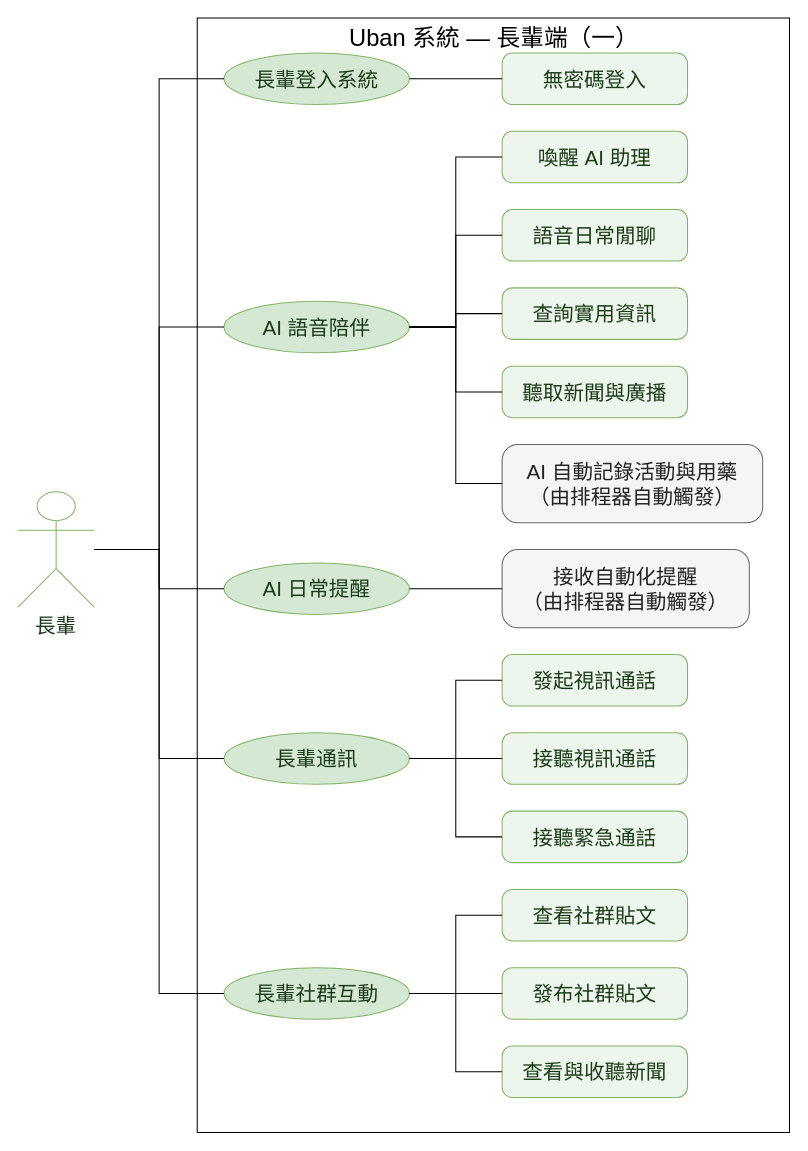
The draw.io diagram Uban System Documents/drawio圖/D522-使用個案-長輩一.drawio in HuangYu-Kai/Uban, before the edit. Source tidied: cells renumbered, new cells numbered last; positions are measured from the earlier drawing's top-left corner, leaving out a move shared by most shapes. Both pictures are drawn from the tidied source at 103%, with x=0, y=0 at pixel (18, 18).
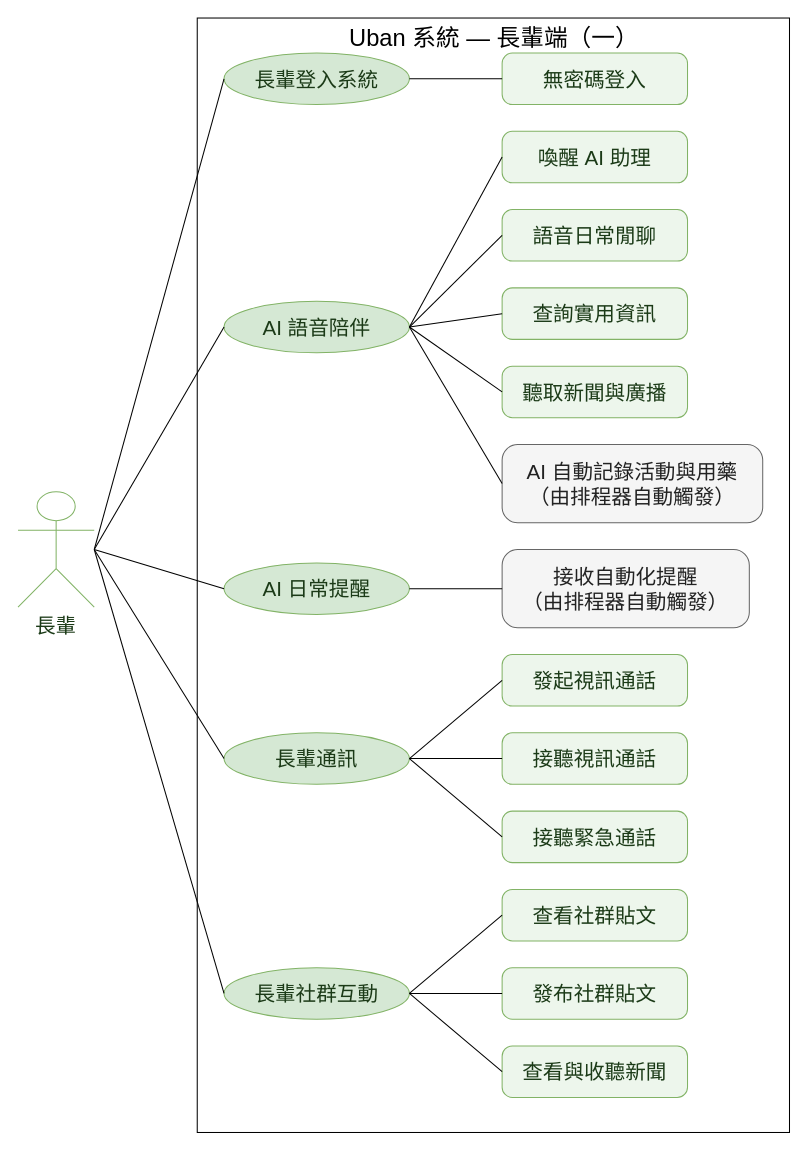
The same diagram, later.

The change refers to these unchanged cells:
```xml
<mxCell id="3" value="長輩" style="shape=umlActor;verticalLabelPosition=bottom;verticalAlign=top;html=1;fontSize=20;fillColor=#D5E8D4;strokeColor=#82B366;fontColor=#1B3A17;whiteSpace=wrap;fillColor=none;" parent="1" vertex="1">
  <mxGeometry y="460" width="74" height="112" as="geometry" />
</mxCell>
<mxCell id="4" value="長輩登入系統" style="ellipse;html=1;fontSize=20;fillColor=#D5E8D4;strokeColor=#82B366;fontColor=#1B3A17;whiteSpace=wrap;" parent="1" vertex="1">
  <mxGeometry x="200" y="34" width="180" height="50" as="geometry" />
</mxCell>
<mxCell id="5" value="無密碼登入" style="rounded=1;arcSize=20;html=1;fontSize=20;fillColor=#EDF6EC;strokeColor=#82B366;fontColor=#1B3A17;whiteSpace=wrap;" parent="1" vertex="1">
  <mxGeometry x="470" y="34" width="180" height="50" as="geometry" />
</mxCell>
<mxCell id="6" value="AI 語音陪伴" style="ellipse;html=1;fontSize=20;fillColor=#D5E8D4;strokeColor=#82B366;fontColor=#1B3A17;whiteSpace=wrap;" parent="1" vertex="1">
  <mxGeometry x="200" y="275" width="180" height="50" as="geometry" />
</mxCell>
<mxCell id="7" value="喚醒 AI 助理" style="rounded=1;arcSize=20;html=1;fontSize=20;fillColor=#EDF6EC;strokeColor=#82B366;fontColor=#1B3A17;whiteSpace=wrap;" parent="1" vertex="1">
  <mxGeometry x="470" y="110" width="180" height="50" as="geometry" />
</mxCell>
<mxCell id="8" value="語音日常閒聊" style="rounded=1;arcSize=20;html=1;fontSize=20;fillColor=#EDF6EC;strokeColor=#82B366;fontColor=#1B3A17;whiteSpace=wrap;" parent="1" vertex="1">
  <mxGeometry x="470" y="186" width="180" height="50" as="geometry" />
</mxCell>
<mxCell id="9" value="查詢實用資訊" style="rounded=1;arcSize=20;html=1;fontSize=20;fillColor=#EDF6EC;strokeColor=#82B366;fontColor=#1B3A17;whiteSpace=wrap;" parent="1" vertex="1">
  <mxGeometry x="470" y="262" width="180" height="50" as="geometry" />
</mxCell>
<mxCell id="10" value="聽取新聞與廣播" style="rounded=1;arcSize=20;html=1;fontSize=20;fillColor=#EDF6EC;strokeColor=#82B366;fontColor=#1B3A17;whiteSpace=wrap;" parent="1" vertex="1">
  <mxGeometry x="470" y="338" width="180" height="50" as="geometry" />
</mxCell>
<mxCell id="11" value="AI 自動記錄活動與用藥&lt;br&gt;（由排程器自動觸發）" style="rounded=1;arcSize=20;html=1;fontSize=20;fillColor=#F5F5F5;strokeColor=#666666;fontColor=#222222;whiteSpace=wrap;" parent="1" vertex="1">
  <mxGeometry x="470" y="414" width="253" height="76" as="geometry" />
</mxCell>
<mxCell id="12" value="AI 日常提醒" style="ellipse;html=1;fontSize=20;fillColor=#D5E8D4;strokeColor=#82B366;fontColor=#1B3A17;whiteSpace=wrap;" parent="1" vertex="1">
  <mxGeometry x="200" y="529" width="180" height="50" as="geometry" />
</mxCell>
<mxCell id="13" value="接收自動化提醒&lt;br&gt;（由排程器自動觸發）" style="rounded=1;arcSize=20;html=1;fontSize=20;fillColor=#F5F5F5;strokeColor=#666666;fontColor=#222222;whiteSpace=wrap;" parent="1" vertex="1">
  <mxGeometry x="470" y="516" width="240" height="76" as="geometry" />
</mxCell>
<mxCell id="14" value="長輩通訊" style="ellipse;html=1;fontSize=20;fillColor=#D5E8D4;strokeColor=#82B366;fontColor=#1B3A17;whiteSpace=wrap;" parent="1" vertex="1">
  <mxGeometry x="200" y="694" width="180" height="50" as="geometry" />
</mxCell>
<mxCell id="15" value="發起視訊通話" style="rounded=1;arcSize=20;html=1;fontSize=20;fillColor=#EDF6EC;strokeColor=#82B366;fontColor=#1B3A17;whiteSpace=wrap;" parent="1" vertex="1">
  <mxGeometry x="470" y="618" width="180" height="50" as="geometry" />
</mxCell>
<mxCell id="16" value="接聽視訊通話" style="rounded=1;arcSize=20;html=1;fontSize=20;fillColor=#EDF6EC;strokeColor=#82B366;fontColor=#1B3A17;whiteSpace=wrap;" parent="1" vertex="1">
  <mxGeometry x="470" y="694" width="180" height="50" as="geometry" />
</mxCell>
<mxCell id="17" value="接聽緊急通話" style="rounded=1;arcSize=20;html=1;fontSize=20;fillColor=#EDF6EC;strokeColor=#82B366;fontColor=#1B3A17;whiteSpace=wrap;" parent="1" vertex="1">
  <mxGeometry x="470" y="770" width="180" height="50" as="geometry" />
</mxCell>
<mxCell id="18" value="長輩社群互動" style="ellipse;html=1;fontSize=20;fillColor=#D5E8D4;strokeColor=#82B366;fontColor=#1B3A17;whiteSpace=wrap;" parent="1" vertex="1">
  <mxGeometry x="200" y="922" width="180" height="50" as="geometry" />
</mxCell>
<mxCell id="19" value="查看社群貼文" style="rounded=1;arcSize=20;html=1;fontSize=20;fillColor=#EDF6EC;strokeColor=#82B366;fontColor=#1B3A17;whiteSpace=wrap;" parent="1" vertex="1">
  <mxGeometry x="470" y="846" width="180" height="50" as="geometry" />
</mxCell>
<mxCell id="20" value="發布社群貼文" style="rounded=1;arcSize=20;html=1;fontSize=20;fillColor=#EDF6EC;strokeColor=#82B366;fontColor=#1B3A17;whiteSpace=wrap;" parent="1" vertex="1">
  <mxGeometry x="470" y="922" width="180" height="50" as="geometry" />
</mxCell>
<mxCell id="21" value="查看與收聽新聞" style="rounded=1;arcSize=20;html=1;fontSize=20;fillColor=#EDF6EC;strokeColor=#82B366;fontColor=#1B3A17;whiteSpace=wrap;" parent="1" vertex="1">
  <mxGeometry x="470" y="998" width="180" height="50" as="geometry" />
</mxCell>
```

Diff of the diagram source:
```diff
@@
-    <mxCell id="22" style="edgeStyle=orthogonalEdgeStyle;rounded=0;html=1;endArrow=none;strokeColor=#000000;exitX=1;exitY=0.5;entryX=0;entryY=0.5;exitPerimeter=0;entryPerimeter=0;" parent="1" edge="1" source="3" target="4">
+    <mxCell id="22" style="edgeStyle=none;rounded=0;html=1;endArrow=none;strokeColor=#000000;exitX=1;exitY=0.5;entryX=0;entryY=0.5;exitPerimeter=0;entryPerimeter=0;" parent="1" edge="1" source="3" target="4">
       <mxGeometry relative="1" as="geometry" />
     </mxCell>
-    <mxCell id="23" style="edgeStyle=orthogonalEdgeStyle;rounded=0;html=1;endArrow=none;strokeColor=#000000;exitX=1;exitY=0.5;entryX=0;entryY=0.5;exitPerimeter=0;entryPerimeter=0;" parent="1" edge="1" source="4" target="5">
+    <mxCell id="23" style="edgeStyle=none;rounded=0;html=1;endArrow=none;strokeColor=#000000;exitX=1;exitY=0.5;entryX=0;entryY=0.5;exitPerimeter=0;entryPerimeter=0;" parent="1" edge="1" source="4" target="5">
       <mxGeometry relative="1" as="geometry" />
     </mxCell>
-    <mxCell id="24" style="edgeStyle=orthogonalEdgeStyle;rounded=0;html=1;endArrow=none;strokeColor=#000000;exitX=1;exitY=0.5;entryX=0;entryY=0.5;exitPerimeter=0;entryPerimeter=0;" parent="1" edge="1" source="3" target="6">
+    <mxCell id="24" style="edgeStyle=none;rounded=0;html=1;endArrow=none;strokeColor=#000000;exitX=1;exitY=0.5;entryX=0;entryY=0.5;exitPerimeter=0;entryPerimeter=0;" parent="1" edge="1" source="3" target="6">
       <mxGeometry relative="1" as="geometry" />
     </mxCell>
-    <mxCell id="25" style="edgeStyle=orthogonalEdgeStyle;rounded=0;html=1;endArrow=none;strokeColor=#000000;exitX=1;exitY=0.5;entryX=0;entryY=0.5;exitPerimeter=0;entryPerimeter=0;" parent="1" edge="1" source="6" target="7">
+    <mxCell id="25" style="edgeStyle=none;rounded=0;html=1;endArrow=none;strokeColor=#000000;exitX=1;exitY=0.5;entryX=0;entryY=0.5;exitPerimeter=0;entryPerimeter=0;" parent="1" edge="1" source="6" target="7">
       <mxGeometry relative="1" as="geometry" />
     </mxCell>
-    <mxCell id="26" style="edgeStyle=orthogonalEdgeStyle;rounded=0;html=1;endArrow=none;strokeColor=#000000;exitX=1;exitY=0.5;entryX=0;entryY=0.5;exitPerimeter=0;entryPerimeter=0;" parent="1" edge="1" source="6" target="8">
+    <mxCell id="26" style="edgeStyle=none;rounded=0;html=1;endArrow=none;strokeColor=#000000;exitX=1;exitY=0.5;entryX=0;entryY=0.5;exitPerimeter=0;entryPerimeter=0;" parent="1" edge="1" source="6" target="8">
       <mxGeometry relative="1" as="geometry" />
     </mxCell>
-    <mxCell id="27" style="edgeStyle=orthogonalEdgeStyle;rounded=0;html=1;endArrow=none;strokeColor=#000000;exitX=1;exitY=0.5;entryX=0;entryY=0.5;exitPerimeter=0;entryPerimeter=0;" parent="1" edge="1" source="6" target="9">
+    <mxCell id="27" style="edgeStyle=none;rounded=0;html=1;endArrow=none;strokeColor=#000000;exitX=1;exitY=0.5;entryX=0;entryY=0.5;exitPerimeter=0;entryPerimeter=0;" parent="1" edge="1" source="6" target="9">
       <mxGeometry relative="1" as="geometry" />
     </mxCell>
-    <mxCell id="28" style="edgeStyle=orthogonalEdgeStyle;rounded=0;html=1;endArrow=none;strokeColor=#000000;exitX=1;exitY=0.5;entryX=0;entryY=0.5;exitPerimeter=0;entryPerimeter=0;" parent="1" edge="1" source="6" target="10">
+    <mxCell id="28" style="edgeStyle=none;rounded=0;html=1;endArrow=none;strokeColor=#000000;exitX=1;exitY=0.5;entryX=0;entryY=0.5;exitPerimeter=0;entryPerimeter=0;" parent="1" edge="1" source="6" target="10">
       <mxGeometry relative="1" as="geometry" />
     </mxCell>
-    <mxCell id="29" style="edgeStyle=orthogonalEdgeStyle;rounded=0;html=1;endArrow=none;strokeColor=#000000;exitX=1;exitY=0.5;entryX=0;entryY=0.5;exitPerimeter=0;entryPerimeter=0;" parent="1" edge="1" source="6" target="11">
+    <mxCell id="29" style="edgeStyle=none;rounded=0;html=1;endArrow=none;strokeColor=#000000;exitX=1;exitY=0.5;entryX=0;entryY=0.5;exitPerimeter=0;entryPerimeter=0;" parent="1" edge="1" source="6" target="11">
       <mxGeometry relative="1" as="geometry" />
     </mxCell>
-    <mxCell id="30" style="edgeStyle=orthogonalEdgeStyle;rounded=0;html=1;endArrow=none;strokeColor=#000000;exitX=1;exitY=0.5;entryX=0;entryY=0.5;exitPerimeter=0;entryPerimeter=0;" parent="1" edge="1" source="3" target="12">
+    <mxCell id="30" style="edgeStyle=none;rounded=0;html=1;endArrow=none;strokeColor=#000000;exitX=1;exitY=0.5;entryX=0;entryY=0.5;exitPerimeter=0;entryPerimeter=0;" parent="1" edge="1" source="3" target="12">
       <mxGeometry relative="1" as="geometry" />
     </mxCell>
-    <mxCell id="31" style="edgeStyle=orthogonalEdgeStyle;rounded=0;html=1;endArrow=none;strokeColor=#000000;exitX=1;exitY=0.5;entryX=0;entryY=0.5;exitPerimeter=0;entryPerimeter=0;" parent="1" edge="1" source="12" target="13">
+    <mxCell id="31" style="edgeStyle=none;rounded=0;html=1;endArrow=none;strokeColor=#000000;exitX=1;exitY=0.5;entryX=0;entryY=0.5;exitPerimeter=0;entryPerimeter=0;" parent="1" edge="1" source="12" target="13">
       <mxGeometry relative="1" as="geometry" />
     </mxCell>
-    <mxCell id="32" style="edgeStyle=orthogonalEdgeStyle;rounded=0;html=1;endArrow=none;strokeColor=#000000;exitX=1;exitY=0.5;entryX=0;entryY=0.5;exitPerimeter=0;entryPerimeter=0;" parent="1" edge="1" source="3" target="14">
+    <mxCell id="32" style="edgeStyle=none;rounded=0;html=1;endArrow=none;strokeColor=#000000;exitX=1;exitY=0.5;entryX=0;entryY=0.5;exitPerimeter=0;entryPerimeter=0;" parent="1" edge="1" source="3" target="14">
       <mxGeometry relative="1" as="geometry" />
     </mxCell>
-    <mxCell id="33" style="edgeStyle=orthogonalEdgeStyle;rounded=0;html=1;endArrow=none;strokeColor=#000000;exitX=1;exitY=0.5;entryX=0;entryY=0.5;exitPerimeter=0;entryPerimeter=0;" parent="1" edge="1" source="14" target="15">
+    <mxCell id="33" style="edgeStyle=none;rounded=0;html=1;endArrow=none;strokeColor=#000000;exitX=1;exitY=0.5;entryX=0;entryY=0.5;exitPerimeter=0;entryPerimeter=0;" parent="1" edge="1" source="14" target="15">
       <mxGeometry relative="1" as="geometry" />
     </mxCell>
-    <mxCell id="34" style="edgeStyle=orthogonalEdgeStyle;rounded=0;html=1;endArrow=none;strokeColor=#000000;exitX=1;exitY=0.5;entryX=0;entryY=0.5;exitPerimeter=0;entryPerimeter=0;" parent="1" edge="1" source="14" target="16">
+    <mxCell id="34" style="edgeStyle=none;rounded=0;html=1;endArrow=none;strokeColor=#000000;exitX=1;exitY=0.5;entryX=0;entryY=0.5;exitPerimeter=0;entryPerimeter=0;" parent="1" edge="1" source="14" target="16">
       <mxGeometry relative="1" as="geometry" />
     </mxCell>
-    <mxCell id="35" style="edgeStyle=orthogonalEdgeStyle;rounded=0;html=1;endArrow=none;strokeColor=#000000;exitX=1;exitY=0.5;entryX=0;entryY=0.5;exitPerimeter=0;entryPerimeter=0;" parent="1" edge="1" source="14" target="17">
+    <mxCell id="35" style="edgeStyle=none;rounded=0;html=1;endArrow=none;strokeColor=#000000;exitX=1;exitY=0.5;entryX=0;entryY=0.5;exitPerimeter=0;entryPerimeter=0;" parent="1" edge="1" source="14" target="17">
       <mxGeometry relative="1" as="geometry" />
     </mxCell>
-    <mxCell id="36" style="edgeStyle=orthogonalEdgeStyle;rounded=0;html=1;endArrow=none;strokeColor=#000000;exitX=1;exitY=0.5;entryX=0;entryY=0.5;exitPerimeter=0;entryPerimeter=0;" parent="1" edge="1" source="3" target="18">
+    <mxCell id="36" style="edgeStyle=none;rounded=0;html=1;endArrow=none;strokeColor=#000000;exitX=1;exitY=0.5;entryX=0;entryY=0.5;exitPerimeter=0;entryPerimeter=0;" parent="1" edge="1" source="3" target="18">
       <mxGeometry relative="1" as="geometry" />
     </mxCell>
-    <mxCell id="37" style="edgeStyle=orthogonalEdgeStyle;rounded=0;html=1;endArrow=none;strokeColor=#000000;exitX=1;exitY=0.5;entryX=0;entryY=0.5;exitPerimeter=0;entryPerimeter=0;" parent="1" edge="1" source="18" target="19">
+    <mxCell id="37" style="edgeStyle=none;rounded=0;html=1;endArrow=none;strokeColor=#000000;exitX=1;exitY=0.5;entryX=0;entryY=0.5;exitPerimeter=0;entryPerimeter=0;" parent="1" edge="1" source="18" target="19">
       <mxGeometry relative="1" as="geometry" />
     </mxCell>
-    <mxCell id="38" style="edgeStyle=orthogonalEdgeStyle;rounded=0;html=1;endArrow=none;strokeColor=#000000;exitX=1;exitY=0.5;entryX=0;entryY=0.5;exitPerimeter=0;entryPerimeter=0;" parent="1" edge="1" source="18" target="20">
+    <mxCell id="38" style="edgeStyle=none;rounded=0;html=1;endArrow=none;strokeColor=#000000;exitX=1;exitY=0.5;entryX=0;entryY=0.5;exitPerimeter=0;entryPerimeter=0;" parent="1" edge="1" source="18" target="20">
       <mxGeometry relative="1" as="geometry" />
     </mxCell>
-    <mxCell id="39" style="edgeStyle=orthogonalEdgeStyle;rounded=0;html=1;endArrow=none;strokeColor=#000000;exitX=1;exitY=0.5;entryX=0;entryY=0.5;exitPerimeter=0;entryPerimeter=0;" parent="1" edge="1" source="18" target="21">
+    <mxCell id="39" style="edgeStyle=none;rounded=0;html=1;endArrow=none;strokeColor=#000000;exitX=1;exitY=0.5;entryX=0;entryY=0.5;exitPerimeter=0;entryPerimeter=0;" parent="1" edge="1" source="18" target="21">
       <mxGeometry relative="1" as="geometry" />
     </mxCell>
```
